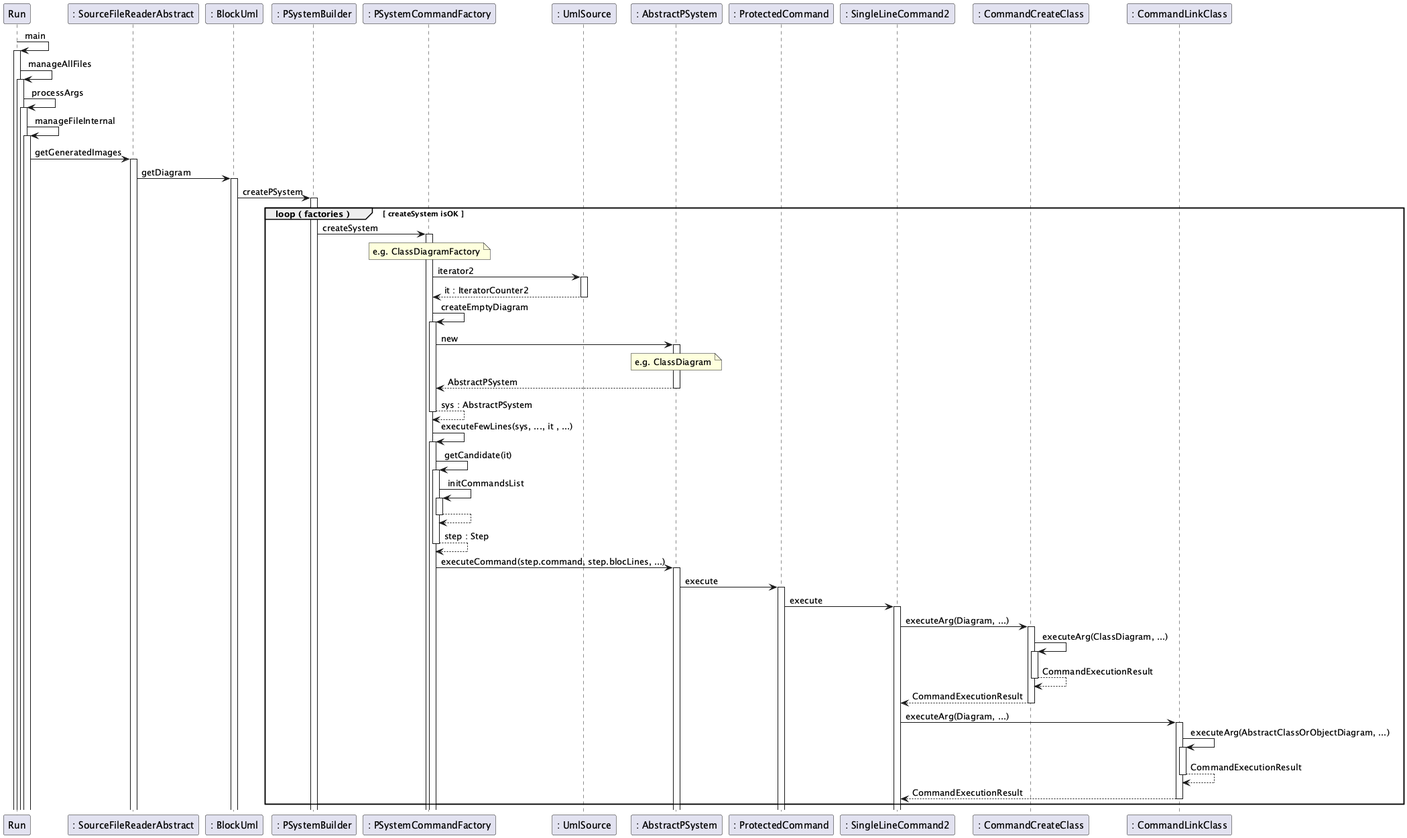
sasachichito/knowledge keeps this PlantUML diagram as computer/plantuml2/シーケンス.png. Above is the earlier version.
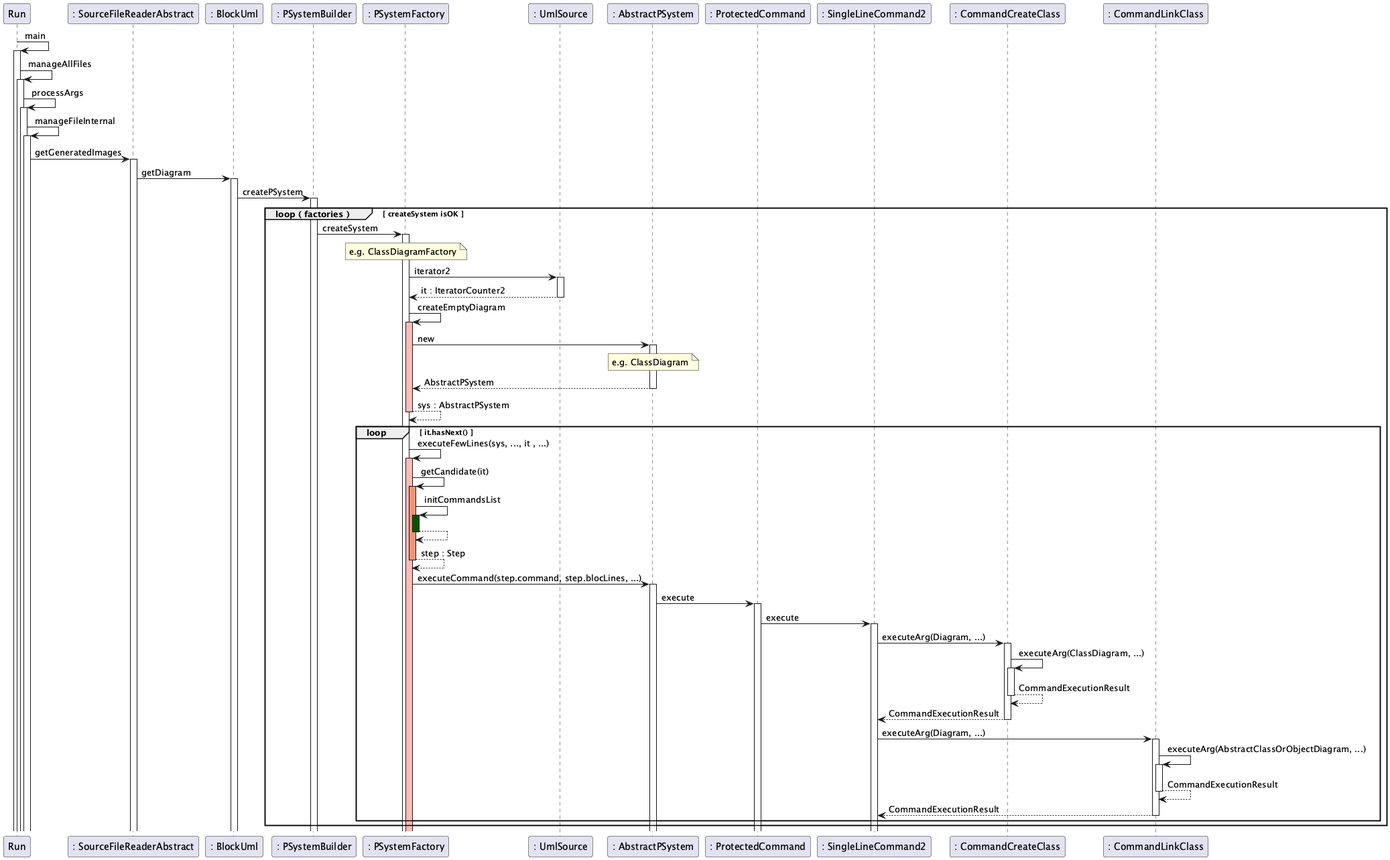
The same file after the commit.

What changed in the source:
```diff
@@ -7,39 +7,42 @@
 Run -> ": SourceFileReaderAbstract" : getGeneratedImages
 ": SourceFileReaderAbstract" -> ": BlockUml" : getDiagram
 ": BlockUml" -> ": PSystemBuilder" : createPSystem
+
 group loop ( factories ) [ createSystem isOK ]
-  ": PSystemBuilder" -> ": PSystemCommandFactory" : createSystem
-  note over ": PSystemCommandFactory"
+  ": PSystemBuilder" -> ": PSystemFactory" : createSystem
+  note over ": PSystemFactory"
     e.g. ClassDiagramFactory
   end note
-  ": PSystemCommandFactory" -> ": UmlSource" : iterator2
+  ": PSystemFactory" -> ": UmlSource" : iterator2
   return it : IteratorCounter2
 
-  ": PSystemCommandFactory" -> ": PSystemCommandFactory" : createEmptyDiagram
-  ": PSystemCommandFactory" -> ": AbstractPSystem" : new
+  ": PSystemFactory" -> ": PSystemFactory" #FFBBBB : createEmptyDiagram
+  ": PSystemFactory" -> ": AbstractPSystem" : new
   note over ": AbstractPSystem"
     e.g. ClassDiagram
   end note
   return AbstractPSystem
   return sys : AbstractPSystem
-  ": PSystemCommandFactory" -> ": PSystemCommandFactory" : executeFewLines(sys, ..., it , ...)
-  ": PSystemCommandFactory" -> ": PSystemCommandFactory" : getCandidate(it)
-  ": PSystemCommandFactory" -> ": PSystemCommandFactory" : initCommandsList
-  return
-  return step : Step
 
-  ": PSystemCommandFactory" -> ": AbstractPSystem" : executeCommand(step.command, step.blocLines, ...)
-  ": AbstractPSystem" -> ": ProtectedCommand" : execute
-  ": ProtectedCommand" -> ": SingleLineCommand2" : execute
+  group loop [ it.hasNext() ]
+    ": PSystemFactory" -> ": PSystemFactory" #FFBBBB : executeFewLines(sys, ..., it , ...)
+    ": PSystemFactory" -> ": PSystemFactory" #DarkSalmon : getCandidate(it)
+    ": PSystemFactory" -> ": PSystemFactory" #005500 : initCommandsList
+    return
+    return step : Step
 
-  ": SingleLineCommand2" -> ": CommandCreateClass" : executeArg(Diagram, ...)
-  ": CommandCreateClass" -> ": CommandCreateClass" : executeArg(ClassDiagram, ...)
-  return CommandExecutionResult
-  return CommandExecutionResult
-  ": SingleLineCommand2" -> ": CommandLinkClass" : executeArg(Diagram, ...)
-  ": CommandLinkClass" -> ": CommandLinkClass" : executeArg(AbstractClassOrObjectDiagram, ...)
-  return CommandExecutionResult
-  return CommandExecutionResult
+    ": PSystemFactory" -> ": AbstractPSystem" : executeCommand(step.command, step.blocLines, ...)
+    ": AbstractPSystem" -> ": ProtectedCommand" : execute
+    ": ProtectedCommand" -> ": SingleLineCommand2" : execute
 
+    ": SingleLineCommand2" -> ": CommandCreateClass" : executeArg(Diagram, ...)
+    ": CommandCreateClass" -> ": CommandCreateClass" : executeArg(ClassDiagram, ...)
+    return CommandExecutionResult
+    return CommandExecutionResult
+    ": SingleLineCommand2" -> ": CommandLinkClass" : executeArg(Diagram, ...)
+    ": CommandLinkClass" -> ": CommandLinkClass" : executeArg(AbstractClassOrObjectDiagram, ...)
+    return CommandExecutionResult
+    return CommandExecutionResult
+  end
 end
 @enduml
```
